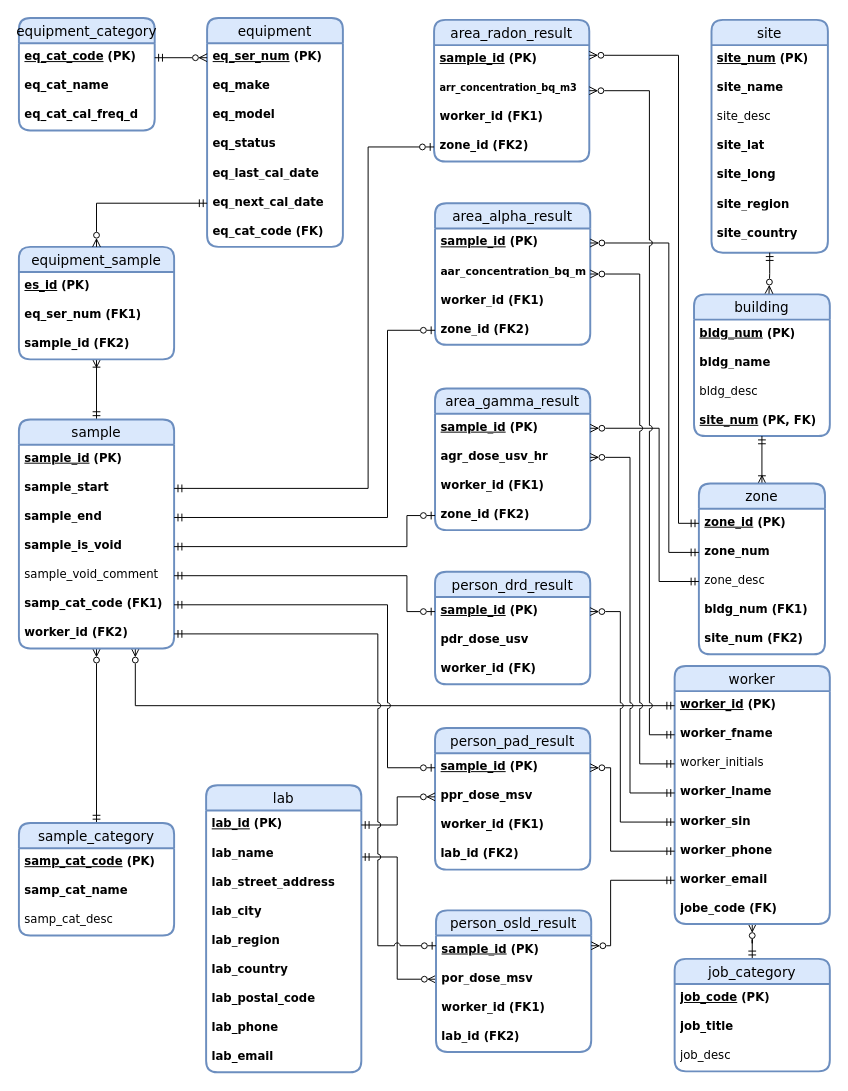
The draw.io diagram images/erd-2.drawio in harnettd/radiation-protection-db, before the edit. Source tidied: cells renumbered, new cells numbered last; positions are measured from the earlier drawing's top-left corner, leaving out a move shared by most shapes. Both pictures are drawn from the tidied source at 97%, with x=0, y=0 at pixel (18, 17).
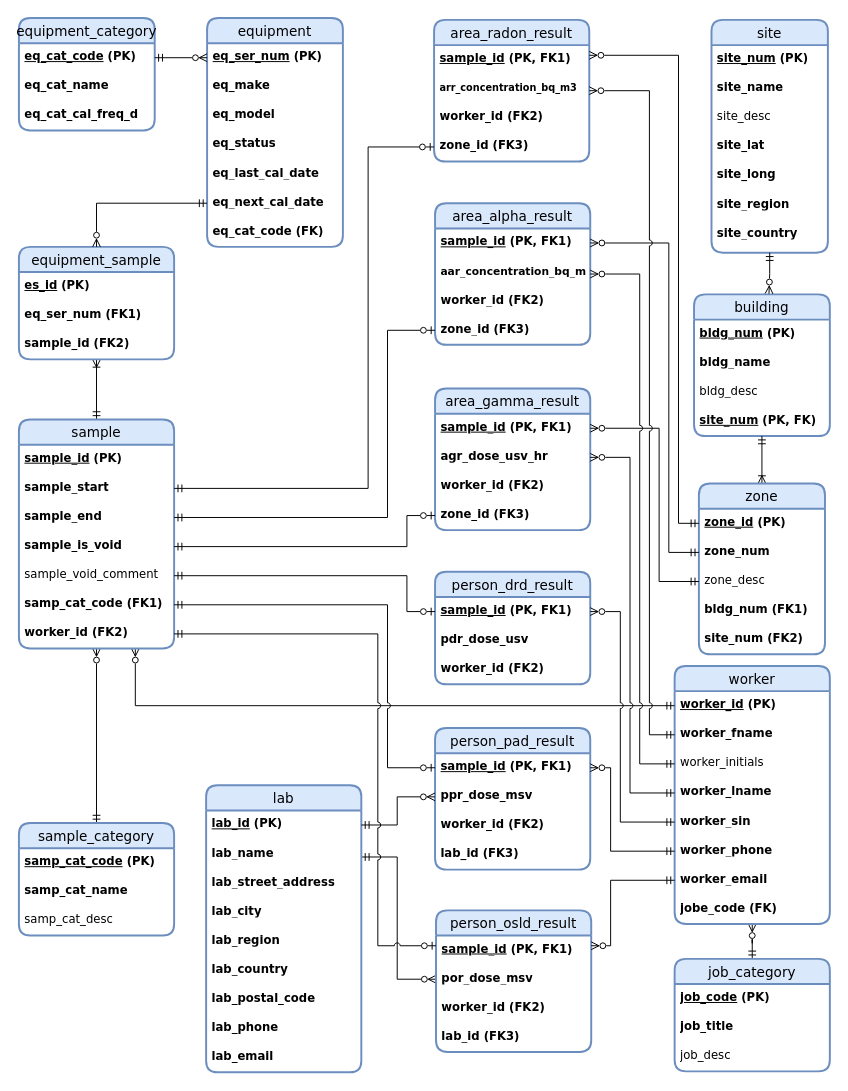
The same diagram, later.

The change refers to these unchanged cells:
```xml
<mxCell id="74" value="area_radon_result" style="swimlane;fontStyle=0;horizontal=1;startSize=26;align=center;fontSize=14;fontFamily=Verdana;fillColor=#dae8fc;strokeColor=#6c8ebf;strokeWidth=2;rounded=1;shadow=0;glass=0;perimeterSpacing=0;" parent="1" vertex="1">
  <mxGeometry x="428" y="2" width="160" height="146" as="geometry" />
</mxCell>
<mxCell id="79" value="area_alpha_result" style="swimlane;fontStyle=0;horizontal=1;startSize=26;align=center;fontSize=14;fontFamily=Verdana;fillColor=#dae8fc;strokeColor=#6c8ebf;strokeWidth=2;rounded=1;shadow=0;glass=0;perimeterSpacing=0;" parent="1" vertex="1">
  <mxGeometry x="429" y="191" width="160" height="146" as="geometry" />
</mxCell>
<mxCell id="84" value="area_gamma_result" style="swimlane;fontStyle=0;horizontal=1;startSize=26;align=center;fontSize=14;fontFamily=Verdana;fillColor=#dae8fc;strokeColor=#6c8ebf;strokeWidth=2;rounded=1;shadow=0;glass=0;perimeterSpacing=0;" parent="1" vertex="1">
  <mxGeometry x="429" y="382" width="160" height="146" as="geometry" />
</mxCell>
<mxCell id="89" value="person_pad_result" style="swimlane;fontStyle=0;horizontal=1;startSize=26;align=center;fontSize=14;fontFamily=Verdana;fillColor=#dae8fc;strokeColor=#6c8ebf;strokeWidth=2;rounded=1;shadow=0;glass=0;perimeterSpacing=0;" parent="1" vertex="1">
  <mxGeometry x="429" y="732" width="160" height="146" as="geometry" />
</mxCell>
<mxCell id="94" value="person_osld_result" style="swimlane;fontStyle=0;horizontal=1;startSize=26;align=center;fontSize=14;fontFamily=Verdana;fillColor=#dae8fc;strokeColor=#6c8ebf;strokeWidth=2;rounded=1;shadow=0;glass=0;perimeterSpacing=0;" parent="1" vertex="1">
  <mxGeometry x="430" y="920" width="160" height="146" as="geometry" />
</mxCell>
<mxCell id="99" value="person_drd_result" style="swimlane;fontStyle=0;horizontal=1;startSize=26;align=center;fontSize=14;fontFamily=Verdana;fillColor=#dae8fc;strokeColor=#6c8ebf;strokeWidth=2;rounded=1;shadow=0;glass=0;perimeterSpacing=0;" parent="1" vertex="1">
  <mxGeometry x="429" y="571" width="160" height="116" as="geometry" />
</mxCell>
```

The edit, as a diff of the source:
```diff
@@
-    <mxCell id="75" value="&lt;u&gt;sample_id&lt;/u&gt; (PK)" style="text;strokeColor=none;fillColor=none;spacingLeft=4;spacingRight=4;overflow=hidden;fontSize=12;whiteSpace=wrap;html=1;fontFamily=Verdana;fontStyle=1;" parent="74" vertex="1">
+    <mxCell id="75" value="&lt;u&gt;sample_id&lt;/u&gt; (PK, FK1)" style="text;strokeColor=none;fillColor=none;spacingLeft=4;spacingRight=4;overflow=hidden;fontSize=12;whiteSpace=wrap;html=1;fontFamily=Verdana;fontStyle=1;" parent="74" vertex="1">
       <mxGeometry y="26" width="160" height="30" as="geometry" />
     </mxCell>
@@
-    <mxCell id="77" value="worker_id (FK1)" style="text;strokeColor=none;fillColor=none;spacingLeft=4;spacingRight=4;overflow=hidden;fontSize=12;whiteSpace=wrap;html=1;fontFamily=Verdana;fontStyle=1;" parent="74" vertex="1">
+    <mxCell id="77" value="worker_id (FK2)" style="text;strokeColor=none;fillColor=none;spacingLeft=4;spacingRight=4;overflow=hidden;fontSize=12;whiteSpace=wrap;html=1;fontFamily=Verdana;fontStyle=1;" parent="74" vertex="1">
       <mxGeometry y="86" width="160" height="30" as="geometry" />
     </mxCell>
-    <mxCell id="78" value="zone_id (FK2)" style="text;strokeColor=none;fillColor=none;spacingLeft=4;spacingRight=4;overflow=hidden;points=[[0,0.5],[1,0.5]];portConstraint=eastwest;fontSize=12;whiteSpace=wrap;html=1;fontFamily=Verdana;fontStyle=1;" parent="74" vertex="1">
+    <mxCell id="78" value="zone_id (FK3)" style="text;strokeColor=none;fillColor=none;spacingLeft=4;spacingRight=4;overflow=hidden;points=[[0,0.5],[1,0.5]];portConstraint=eastwest;fontSize=12;whiteSpace=wrap;html=1;fontFamily=Verdana;fontStyle=1;" parent="74" vertex="1">
       <mxGeometry y="116" width="160" height="30" as="geometry" />
     </mxCell>
@@
-    <mxCell id="80" value="&lt;u&gt;sample_id&lt;/u&gt; (PK)" style="text;strokeColor=none;fillColor=none;spacingLeft=4;spacingRight=4;overflow=hidden;points=[[0,0.5],[1,0.5]];portConstraint=eastwest;fontSize=12;whiteSpace=wrap;html=1;fontFamily=Verdana;fontStyle=1;" parent="79" vertex="1">
+    <mxCell id="80" value="&lt;u&gt;sample_id&lt;/u&gt; (PK, FK1)" style="text;strokeColor=none;fillColor=none;spacingLeft=4;spacingRight=4;overflow=hidden;points=[[0,0.5],[1,0.5]];portConstraint=eastwest;fontSize=12;whiteSpace=wrap;html=1;fontFamily=Verdana;fontStyle=1;" parent="79" vertex="1">
       <mxGeometry y="26" width="160" height="30" as="geometry" />
     </mxCell>
@@
-    <mxCell id="82" value="worker_id (FK1)" style="text;strokeColor=none;fillColor=none;spacingLeft=4;spacingRight=4;overflow=hidden;fontSize=12;whiteSpace=wrap;html=1;fontFamily=Verdana;fontStyle=1;" parent="79" vertex="1">
+    <mxCell id="82" value="worker_id (FK2)" style="text;strokeColor=none;fillColor=none;spacingLeft=4;spacingRight=4;overflow=hidden;fontSize=12;whiteSpace=wrap;html=1;fontFamily=Verdana;fontStyle=1;" parent="79" vertex="1">
       <mxGeometry y="86" width="160" height="30" as="geometry" />
     </mxCell>
-    <mxCell id="83" value="zone_id (FK2)" style="text;strokeColor=none;fillColor=none;spacingLeft=4;spacingRight=4;overflow=hidden;points=[[0,0.5],[1,0.5]];portConstraint=eastwest;fontSize=12;whiteSpace=wrap;html=1;fontFamily=Verdana;fontStyle=1;" parent="79" vertex="1">
+    <mxCell id="83" value="zone_id (FK3)" style="text;strokeColor=none;fillColor=none;spacingLeft=4;spacingRight=4;overflow=hidden;points=[[0,0.5],[1,0.5]];portConstraint=eastwest;fontSize=12;whiteSpace=wrap;html=1;fontFamily=Verdana;fontStyle=1;" parent="79" vertex="1">
       <mxGeometry y="116" width="160" height="30" as="geometry" />
     </mxCell>
@@
-    <mxCell id="85" value="&lt;u&gt;sample_id&lt;/u&gt; (PK)" style="text;strokeColor=none;fillColor=none;spacingLeft=4;spacingRight=4;overflow=hidden;points=[[0,0.5],[1,0.5]];portConstraint=eastwest;fontSize=12;whiteSpace=wrap;html=1;fontFamily=Verdana;fontStyle=1;" parent="84" vertex="1">
+    <mxCell id="85" value="&lt;u&gt;sample_id&lt;/u&gt; (PK, FK1)" style="text;strokeColor=none;fillColor=none;spacingLeft=4;spacingRight=4;overflow=hidden;points=[[0,0.5],[1,0.5]];portConstraint=eastwest;fontSize=12;whiteSpace=wrap;html=1;fontFamily=Verdana;fontStyle=1;" parent="84" vertex="1">
       <mxGeometry y="26" width="160" height="30" as="geometry" />
     </mxCell>
@@
-    <mxCell id="87" value="worker_id (FK1)" style="text;strokeColor=none;fillColor=none;spacingLeft=4;spacingRight=4;overflow=hidden;fontSize=12;whiteSpace=wrap;html=1;fontFamily=Verdana;fontStyle=1;" parent="84" vertex="1">
+    <mxCell id="87" value="worker_id (FK2)" style="text;strokeColor=none;fillColor=none;spacingLeft=4;spacingRight=4;overflow=hidden;fontSize=12;whiteSpace=wrap;html=1;fontFamily=Verdana;fontStyle=1;" parent="84" vertex="1">
       <mxGeometry y="86" width="160" height="30" as="geometry" />
     </mxCell>
-    <mxCell id="88" value="zone_id (FK2)" style="text;strokeColor=none;fillColor=none;spacingLeft=4;spacingRight=4;overflow=hidden;points=[[0,0.5],[1,0.5]];portConstraint=eastwest;fontSize=12;whiteSpace=wrap;html=1;fontFamily=Verdana;fontStyle=1;" parent="84" vertex="1">
+    <mxCell id="88" value="zone_id (FK3)" style="text;strokeColor=none;fillColor=none;spacingLeft=4;spacingRight=4;overflow=hidden;points=[[0,0.5],[1,0.5]];portConstraint=eastwest;fontSize=12;whiteSpace=wrap;html=1;fontFamily=Verdana;fontStyle=1;" parent="84" vertex="1">
       <mxGeometry y="116" width="160" height="30" as="geometry" />
     </mxCell>
@@
-    <mxCell id="90" value="&lt;u&gt;sample_id&lt;/u&gt; (PK)" style="text;strokeColor=none;fillColor=none;spacingLeft=4;spacingRight=4;overflow=hidden;points=[[0,0.5],[1,0.5]];portConstraint=eastwest;fontSize=12;whiteSpace=wrap;html=1;fontFamily=Verdana;fontStyle=1;" parent="89" vertex="1">
+    <mxCell id="90" value="&lt;u&gt;sample_id&lt;/u&gt; (PK, FK1)" style="text;strokeColor=none;fillColor=none;spacingLeft=4;spacingRight=4;overflow=hidden;points=[[0,0.5],[1,0.5]];portConstraint=eastwest;fontSize=12;whiteSpace=wrap;html=1;fontFamily=Verdana;fontStyle=1;" parent="89" vertex="1">
       <mxGeometry y="26" width="160" height="30" as="geometry" />
     </mxCell>
@@
-    <mxCell id="92" value="worker_id (FK1)" style="text;strokeColor=none;fillColor=none;spacingLeft=4;spacingRight=4;overflow=hidden;fontSize=12;whiteSpace=wrap;html=1;fontFamily=Verdana;fontStyle=1;" parent="89" vertex="1">
+    <mxCell id="92" value="worker_id (FK2)" style="text;strokeColor=none;fillColor=none;spacingLeft=4;spacingRight=4;overflow=hidden;fontSize=12;whiteSpace=wrap;html=1;fontFamily=Verdana;fontStyle=1;" parent="89" vertex="1">
       <mxGeometry y="86" width="160" height="30" as="geometry" />
     </mxCell>
-    <mxCell id="93" value="lab_id (FK2)" style="text;strokeColor=none;fillColor=none;spacingLeft=4;spacingRight=4;overflow=hidden;fontSize=12;whiteSpace=wrap;html=1;fontFamily=Verdana;fontStyle=1;" parent="89" vertex="1">
+    <mxCell id="93" value="lab_id (FK3)" style="text;strokeColor=none;fillColor=none;spacingLeft=4;spacingRight=4;overflow=hidden;fontSize=12;whiteSpace=wrap;html=1;fontFamily=Verdana;fontStyle=1;" parent="89" vertex="1">
       <mxGeometry y="116" width="160" height="30" as="geometry" />
     </mxCell>
@@
-    <mxCell id="95" value="&lt;u&gt;sample_id&lt;/u&gt; (PK)" style="text;strokeColor=none;fillColor=none;spacingLeft=4;spacingRight=4;overflow=hidden;fontSize=12;whiteSpace=wrap;html=1;fontFamily=Verdana;fontStyle=1;spacing=2;" parent="94" vertex="1">
+    <mxCell id="95" value="&lt;u&gt;sample_id&lt;/u&gt; (PK, FK1)" style="text;strokeColor=none;fillColor=none;spacingLeft=4;spacingRight=4;overflow=hidden;fontSize=12;whiteSpace=wrap;html=1;fontFamily=Verdana;fontStyle=1;spacing=2;" parent="94" vertex="1">
       <mxGeometry y="26" width="160" height="30" as="geometry" />
     </mxCell>
@@
-    <mxCell id="97" value="worker_id (FK1)" style="text;strokeColor=none;fillColor=none;spacingLeft=4;spacingRight=4;overflow=hidden;fontSize=12;whiteSpace=wrap;html=1;fontFamily=Verdana;fontStyle=1;spacing=2;" parent="94" vertex="1">
+    <mxCell id="97" value="worker_id (FK2)" style="text;strokeColor=none;fillColor=none;spacingLeft=4;spacingRight=4;overflow=hidden;fontSize=12;whiteSpace=wrap;html=1;fontFamily=Verdana;fontStyle=1;spacing=2;" parent="94" vertex="1">
       <mxGeometry y="86" width="160" height="30" as="geometry" />
     </mxCell>
-    <mxCell id="98" value="lab_id (FK2)" style="text;strokeColor=none;fillColor=none;spacingLeft=4;spacingRight=4;overflow=hidden;fontSize=12;whiteSpace=wrap;html=1;fontFamily=Verdana;fontStyle=1;spacing=2;" parent="94" vertex="1">
+    <mxCell id="98" value="lab_id (FK3)" style="text;strokeColor=none;fillColor=none;spacingLeft=4;spacingRight=4;overflow=hidden;fontSize=12;whiteSpace=wrap;html=1;fontFamily=Verdana;fontStyle=1;spacing=2;" parent="94" vertex="1">
       <mxGeometry y="116" width="160" height="30" as="geometry" />
     </mxCell>
@@
-    <mxCell id="100" value="&lt;u&gt;sample_id&lt;/u&gt; (PK)" style="text;strokeColor=none;fillColor=none;spacingLeft=4;spacingRight=4;overflow=hidden;points=[[0,0.5],[1,0.5]];portConstraint=eastwest;fontSize=12;whiteSpace=wrap;html=1;fontFamily=Verdana;fontStyle=1;" parent="99" vertex="1">
+    <mxCell id="100" value="&lt;u&gt;sample_id&lt;/u&gt; (PK, FK1)" style="text;strokeColor=none;fillColor=none;spacingLeft=4;spacingRight=4;overflow=hidden;points=[[0,0.5],[1,0.5]];portConstraint=eastwest;fontSize=12;whiteSpace=wrap;html=1;fontFamily=Verdana;fontStyle=1;" parent="99" vertex="1">
       <mxGeometry y="26" width="160" height="30" as="geometry" />
     </mxCell>
@@
-    <mxCell id="102" value="worker_id (FK)" style="text;strokeColor=none;fillColor=none;spacingLeft=4;spacingRight=4;overflow=hidden;fontSize=12;whiteSpace=wrap;html=1;fontFamily=Verdana;fontStyle=1;" parent="99" vertex="1">
+    <mxCell id="102" value="worker_id (FK2)" style="text;strokeColor=none;fillColor=none;spacingLeft=4;spacingRight=4;overflow=hidden;fontSize=12;whiteSpace=wrap;html=1;fontFamily=Verdana;fontStyle=1;" parent="99" vertex="1">
       <mxGeometry y="86" width="160" height="30" as="geometry" />
     </mxCell>
```
